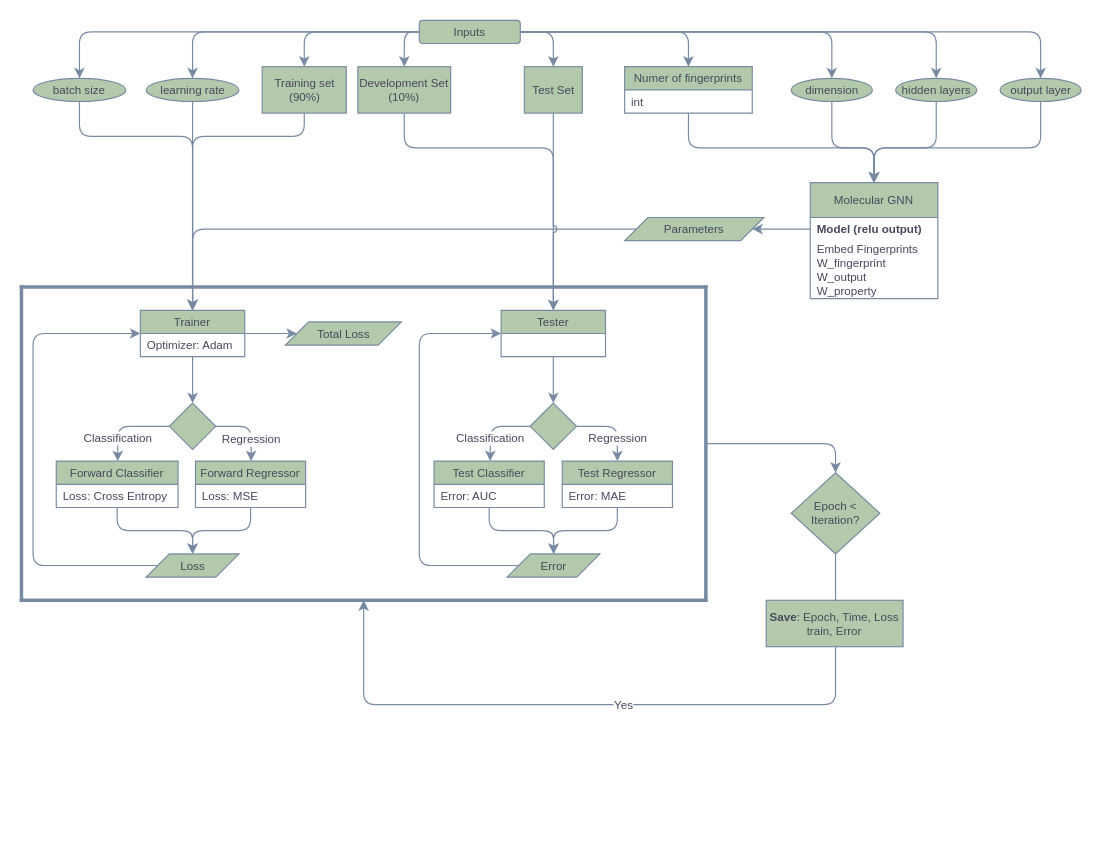
olivierdeen/molecularGNN_smiles keeps this draw.io diagram as page "Molecular GNN" (2 of 2) of Preprocessing.drawio. Above is the earlier version. Source tidied: cells renumbered, new cells numbered last; positions are measured from the earlier drawing's top-left corner, leaving out a move shared by most shapes. Both pictures are drawn from the tidied source at 116%, with x=0, y=0 at pixel (21, 20).
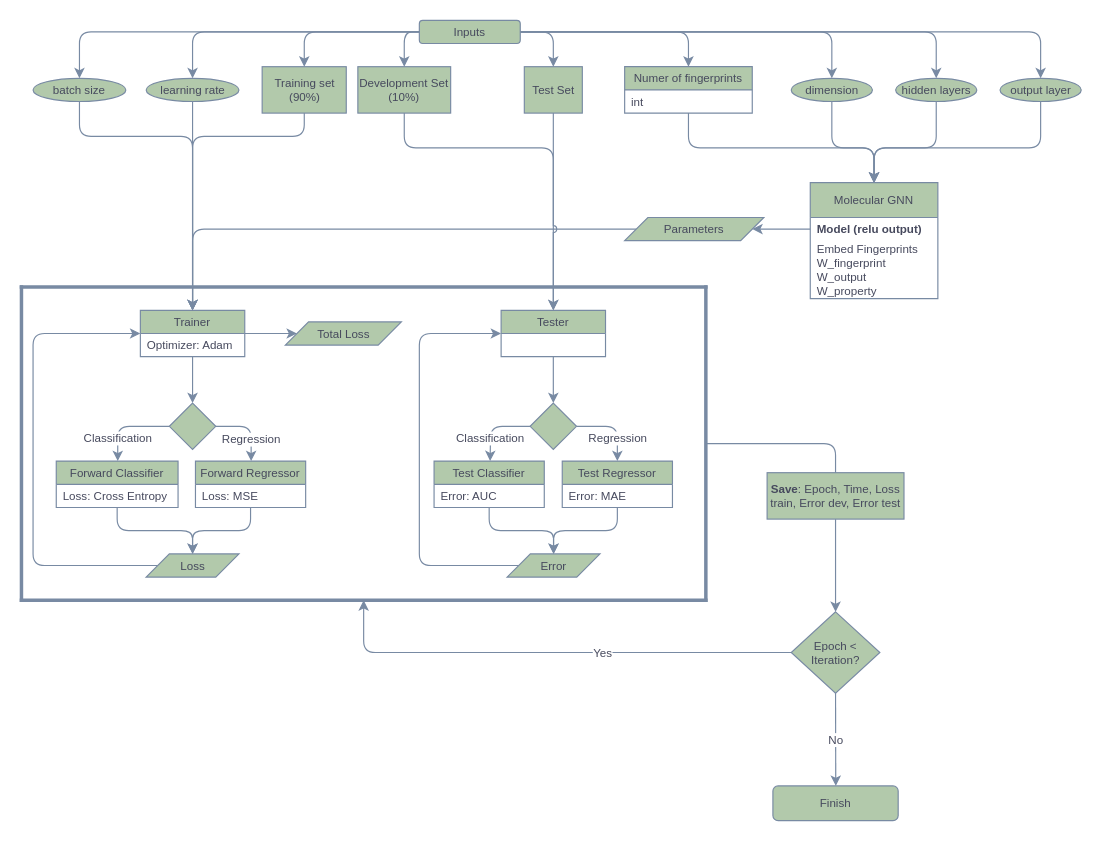
Above is the later version.

Unchanged cells that the change refers to:
```xml
<mxCell id="68" style="shape=partialRectangle;whiteSpace=wrap;html=1;left=0;right=0;fillColor=none;rounded=0;sketch=0;fontSize=10;fontColor=#46495D;strokeColor=#788AA3;strokeWidth=3;" parent="1" vertex="1">
  <mxGeometry y="230" width="590" height="270" as="geometry" />
</mxCell>
```

Diff of the diagram source:
```diff
@@
-    <mxCell id="67" style="edgeStyle=orthogonalEdgeStyle;curved=0;rounded=1;sketch=0;jumpStyle=arc;jettySize=auto;html=1;entryX=0.5;entryY=0;entryDx=0;entryDy=0;fontSize=10;fontColor=#46495D;strokeColor=#788AA3;fillColor=#B2C9AB;" parent="1" edge="1" source="68" target="70">
+    <mxCell id="67" style="edgeStyle=orthogonalEdgeStyle;curved=0;rounded=1;sketch=0;jumpStyle=arc;jettySize=auto;html=1;entryX=0.5;entryY=0;entryDx=0;entryDy=0;fontSize=10;fontColor=#46495D;strokeColor=#788AA3;fillColor=#B2C9AB;startArrow=none;" parent="1" edge="1" source="71" target="70">
       <mxGeometry relative="1" as="geometry" />
     </mxCell>
@@
     <mxCell id="69" value="Yes" style="edgeStyle=orthogonalEdgeStyle;curved=0;rounded=1;sketch=0;jumpStyle=arc;jettySize=auto;html=1;entryX=0.5;entryY=1;entryDx=0;entryDy=0;fontSize=10;fontColor=#46495D;strokeColor=#788AA3;fillColor=#B2C9AB;" parent="1" edge="1" source="70" target="68">
-      <mxGeometry relative="1" as="geometry">
+      <mxGeometry x="-0.21" relative="1" as="geometry">
         <Array as="points">
-          <mxPoint x="702" y="590" />
-          <mxPoint x="295" y="590" />
+          <mxPoint x="295" y="545" />
         </Array>
       </mxGeometry>
     </mxCell>
+    <mxCell id="72" value="No" style="edgeStyle=orthogonalEdgeStyle;curved=0;rounded=1;sketch=0;jumpStyle=arc;jettySize=auto;html=1;fontSize=10;fontColor=#46495D;strokeColor=#788AA3;fillColor=#B2C9AB;" parent="1" edge="1" source="70">
+      <mxGeometry relative="1" as="geometry">
+        <mxPoint x="702" y="660" as="targetPoint" />
+      </mxGeometry>
+    </mxCell>
     <mxCell id="70" value="Epoch &amp;lt; Iteration?" style="rhombus;whiteSpace=wrap;html=1;rounded=0;sketch=0;fontSize=10;fontColor=#46495D;strokeColor=#788AA3;strokeWidth=1;fillColor=#B2C9AB;" parent="1" vertex="1">
-      <mxGeometry x="663.6" y="390" width="76.4" height="70" as="geometry" />
+      <mxGeometry x="663.6" y="510" width="76.4" height="70" as="geometry" />
     </mxCell>
-    <mxCell id="71" value="&lt;b&gt;Save&lt;/b&gt;: Epoch, Time, Loss train, Error" style="rounded=0;whiteSpace=wrap;html=1;sketch=0;fontSize=10;fontColor=#46495D;strokeColor=#788AA3;strokeWidth=1;fillColor=#B2C9AB;" parent="1" vertex="1">
-      <mxGeometry x="642" y="500" width="118" height="40" as="geometry" />
+    <mxCell id="71" value="&lt;b&gt;Save&lt;/b&gt;: Epoch, Time, Loss train, Error dev, Error test" style="rounded=0;whiteSpace=wrap;html=1;sketch=0;fontSize=10;fontColor=#46495D;strokeColor=#788AA3;strokeWidth=1;fillColor=#B2C9AB;" parent="1" vertex="1">
+      <mxGeometry x="642.8" y="390" width="118" height="40" as="geometry" />
     </mxCell>
+    <mxCell id="73" style="edgeStyle=orthogonalEdgeStyle;curved=0;rounded=1;sketch=0;jumpStyle=arc;jettySize=auto;html=1;entryX=0.5;entryY=0;entryDx=0;entryDy=0;fontSize=10;fontColor=#46495D;strokeColor=#788AA3;fillColor=#B2C9AB;endArrow=none;" parent="1" edge="1" source="68" target="71">
+      <mxGeometry relative="1" as="geometry" />
+    </mxCell>
+    <mxCell id="74" value="Finish" style="rounded=1;whiteSpace=wrap;html=1;sketch=0;fontSize=10;fontColor=#46495D;strokeColor=#788AA3;strokeWidth=1;fillColor=#B2C9AB;" parent="1" vertex="1">
+      <mxGeometry x="647.8" y="660" width="108" height="30" as="geometry" />
+    </mxCell>
```
